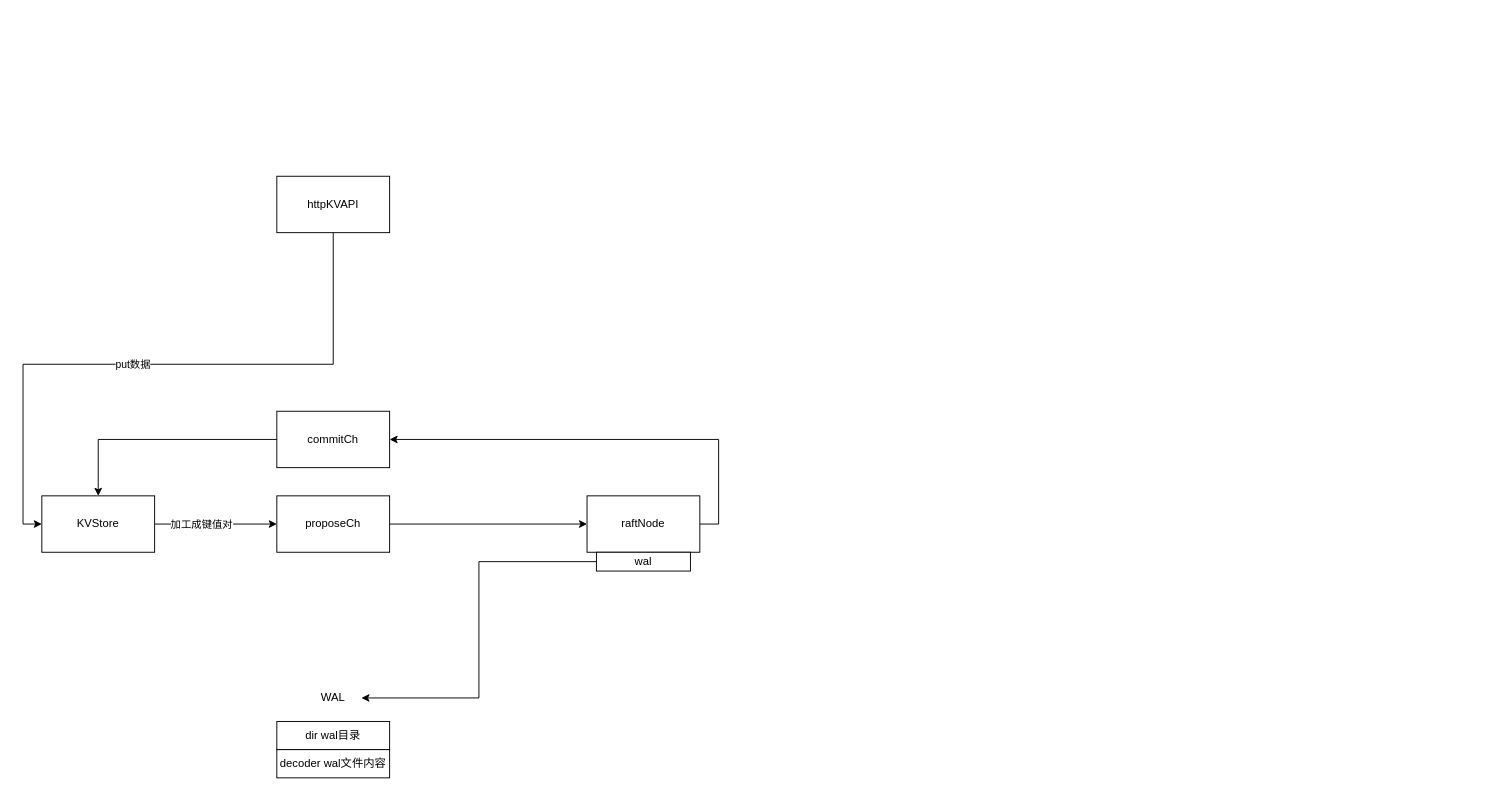
The draw.io diagram my_docs/etcd/raftexample.drawio in Bannirui/Bannirui.github.io, before the edit. Source tidied: cells renumbered, new cells numbered last; positions are measured from the earlier drawing's top-left corner, leaving out a move shared by most shapes. Both pictures are drawn from the tidied source at 94%, with x=0, y=0 at pixel (41, 176).
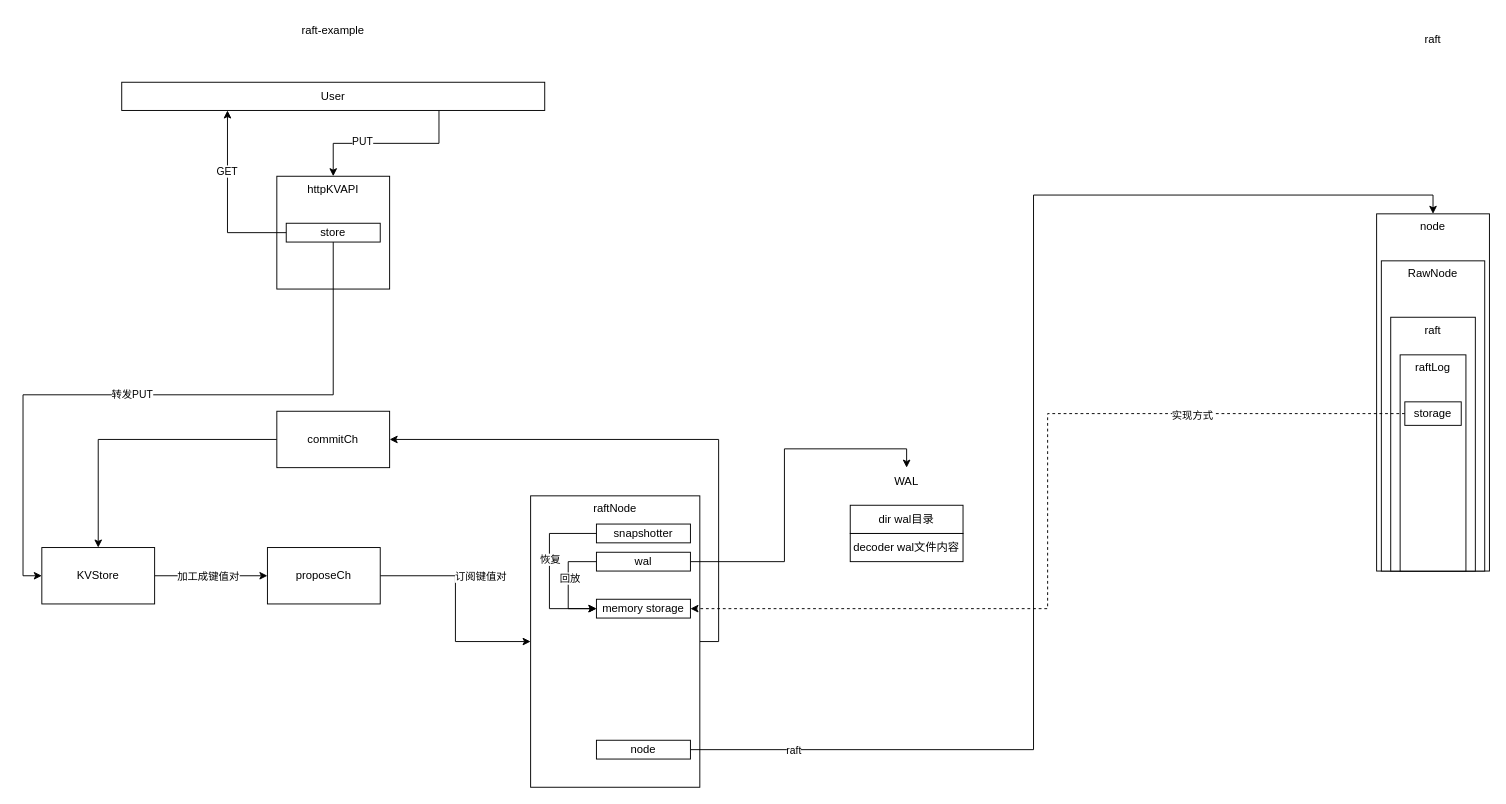
The same page after the edit.

Commit message (it also covers changes not shown here):
etcd 只有Leader节点才有资格处理客户端写请求

The change refers to these unchanged cells:
```xml
<mxCell id="2" style="edgeStyle=orthogonalEdgeStyle;rounded=0;jettySize=auto;html=1;exitX=1;exitY=0.5;exitDx=0;exitDy=0;entryX=0;entryY=0.5;entryDx=0;entryDy=0;" parent="1" edge="1" source="4" target="11">
  <mxGeometry relative="1" as="geometry" />
</mxCell>
<mxCell id="10" style="edgeStyle=orthogonalEdgeStyle;rounded=0;jettySize=auto;html=1;exitX=1;exitY=0.5;exitDx=0;exitDy=0;" parent="1" edge="1" source="11" target="6">
  <mxGeometry relative="1" as="geometry" />
</mxCell>
<mxCell id="18" value="wal" style="rounded=0;whiteSpace=wrap;html=1;" parent="1" vertex="1">
  <mxGeometry x="590" y="400" width="100" height="20" as="geometry" />
</mxCell>
```

Diff of the diagram source:
```diff
@@
     <mxCell id="3" value="加工成键值对" style="edgeLabel;html=1;align=center;verticalAlign=middle;" parent="2" vertex="1">
-      <mxGeometry x="-0.25" relative="1" as="geometry" />
+      <mxGeometry x="-0.25" relative="1" as="geometry">
+        <mxPoint x="11" as="offset" />
+      </mxGeometry>
     </mxCell>
     <mxCell id="4" value="KVStore" style="rounded=0;whiteSpace=wrap;html=1;" parent="1" vertex="1">
-      <mxGeometry y="340" width="120" height="60" as="geometry" />
+      <mxGeometry y="395" width="120" height="60" as="geometry" />
     </mxCell>
@@
-    <mxCell id="6" value="raftNode" style="rounded=0;whiteSpace=wrap;html=1;" parent="1" vertex="1">
-      <mxGeometry x="580" y="340" width="120" height="60" as="geometry" />
+    <mxCell id="6" value="raftNode" style="rounded=0;whiteSpace=wrap;html=1;verticalAlign=top;" parent="1" vertex="1">
+      <mxGeometry x="520" y="340" width="180" height="310" as="geometry" />
     </mxCell>
-    <mxCell id="7" style="edgeStyle=orthogonalEdgeStyle;rounded=0;jettySize=auto;html=1;exitX=0.5;exitY=1;exitDx=0;exitDy=0;entryX=0;entryY=0.5;entryDx=0;entryDy=0;" parent="1" edge="1" source="9" target="4">
-      <mxGeometry relative="1" as="geometry" />
-    </mxCell>
-    <mxCell id="8" value="put数据" style="edgeLabel;html=1;align=center;verticalAlign=middle;" parent="7" vertex="1">
-      <mxGeometry x="0.07" y="-1" relative="1" as="geometry" />
-    </mxCell>
-    <mxCell id="9" value="httpKVAPI" style="rounded=0;whiteSpace=wrap;html=1;" parent="1" vertex="1">
-      <mxGeometry x="250" width="120" height="60" as="geometry" />
+    <mxCell id="9" value="httpKVAPI" style="rounded=0;whiteSpace=wrap;html=1;align=center;labelPosition=center;verticalLabelPosition=middle;verticalAlign=top;" parent="1" vertex="1">
+      <mxGeometry x="250" width="120" height="120" as="geometry" />
     </mxCell>
@@
+    <mxCell id="19" value="订阅键值对" style="edgeLabel;html=1;align=center;verticalAlign=middle;" parent="10" vertex="1">
+      <mxGeometry x="-0.4" y="-1" relative="1" as="geometry">
+        <mxPoint x="37" y="-1" as="offset" />
+      </mxGeometry>
+    </mxCell>
     <mxCell id="11" value="proposeCh" style="rounded=0;whiteSpace=wrap;html=1;" parent="1" vertex="1">
-      <mxGeometry x="250" y="340" width="120" height="60" as="geometry" />
+      <mxGeometry x="240" y="395" width="120" height="60" as="geometry" />
     </mxCell>
@@
     <mxCell id="14" value="dir wal目录" style="rounded=0;whiteSpace=wrap;html=1;" parent="1" vertex="1">
-      <mxGeometry x="250" y="580" width="120" height="30" as="geometry" />
+      <mxGeometry x="860" y="350" width="120" height="30" as="geometry" />
     </mxCell>
     <mxCell id="15" value="WAL" style="text;html=1;align=center;verticalAlign=middle;whiteSpace=wrap;rounded=0;" parent="1" vertex="1">
-      <mxGeometry x="280" y="540" width="60" height="30" as="geometry" />
+      <mxGeometry x="890" y="310" width="60" height="30" as="geometry" />
     </mxCell>
     <mxCell id="16" value="decoder wal文件内容" style="rounded=0;whiteSpace=wrap;html=1;" parent="1" vertex="1">
-      <mxGeometry x="250" y="610" width="120" height="30" as="geometry" />
+      <mxGeometry x="860" y="380" width="120" height="30" as="geometry" />
     </mxCell>
-    <mxCell id="17" style="edgeStyle=orthogonalEdgeStyle;rounded=0;jettySize=auto;html=1;exitX=0;exitY=0.5;exitDx=0;exitDy=0;entryX=1;entryY=0.5;entryDx=0;entryDy=0;" parent="1" edge="1" source="18" target="15">
+    <mxCell id="17" style="edgeStyle=orthogonalEdgeStyle;rounded=0;jettySize=auto;html=1;exitX=1;exitY=0.5;exitDx=0;exitDy=0;entryX=0.5;entryY=0;entryDx=0;entryDy=0;" parent="1" edge="1" source="18" target="15">
       <mxGeometry relative="1" as="geometry" />
     </mxCell>
+    <mxCell id="20" style="edgeStyle=orthogonalEdgeStyle;rounded=0;jettySize=auto;html=1;exitX=0;exitY=0.5;exitDx=0;exitDy=0;entryX=0;entryY=0.5;entryDx=0;entryDy=0;" parent="1" edge="1" source="18" target="35">
+      <mxGeometry relative="1" as="geometry">
+        <Array as="points">
+          <mxPoint x="560" y="410" />
+          <mxPoint x="560" y="460" />
+        </Array>
+      </mxGeometry>
+    </mxCell>
+    <mxCell id="21" value="回放" style="edgeLabel;html=1;align=center;verticalAlign=middle;" parent="20" vertex="1">
+      <mxGeometry x="-0.14" y="1" relative="1" as="geometry" />
+    </mxCell>
@@
+    <mxCell id="22" style="edgeStyle=orthogonalEdgeStyle;rounded=0;jettySize=auto;html=1;exitX=0.5;exitY=1;exitDx=0;exitDy=0;entryX=0;entryY=0.5;entryDx=0;entryDy=0;" parent="1" edge="1" source="24" target="4">
+      <mxGeometry relative="1" as="geometry" />
+    </mxCell>
+    <mxCell id="23" value="转发PUT" style="edgeLabel;html=1;align=center;verticalAlign=middle;" parent="22" vertex="1">
+      <mxGeometry x="0.07" y="-1" relative="1" as="geometry" />
+    </mxCell>
+    <mxCell id="24" value="store" style="rounded=0;whiteSpace=wrap;html=1;" parent="1" vertex="1">
+      <mxGeometry x="260" y="50" width="100" height="20" as="geometry" />
+    </mxCell>
+    <mxCell id="25" style="edgeStyle=orthogonalEdgeStyle;rounded=0;jettySize=auto;html=1;exitX=0.75;exitY=1;exitDx=0;exitDy=0;entryX=0.5;entryY=0;entryDx=0;entryDy=0;" parent="1" edge="1" source="27" target="9">
+      <mxGeometry relative="1" as="geometry" />
+    </mxCell>
+    <mxCell id="26" value="PUT" style="edgeLabel;html=1;align=center;verticalAlign=middle;" parent="25" vertex="1">
+      <mxGeometry x="0.29" y="-3" relative="1" as="geometry">
+        <mxPoint x="1" as="offset" />
+      </mxGeometry>
+    </mxCell>
+    <mxCell id="27" value="User" style="rounded=0;whiteSpace=wrap;html=1;" parent="1" vertex="1">
+      <mxGeometry x="85" y="-100" width="450" height="30" as="geometry" />
+    </mxCell>
+    <mxCell id="28" style="edgeStyle=orthogonalEdgeStyle;rounded=0;jettySize=auto;html=1;exitX=0;exitY=0.5;exitDx=0;exitDy=0;entryX=0.25;entryY=1;entryDx=0;entryDy=0;" parent="1" edge="1" source="24" target="27">
+      <mxGeometry relative="1" as="geometry" />
+    </mxCell>
+    <mxCell id="29" value="GET" style="edgeLabel;html=1;align=center;verticalAlign=middle;" parent="28" vertex="1">
+      <mxGeometry x="0.34" y="1" relative="1" as="geometry">
+        <mxPoint y="1" as="offset" />
+      </mxGeometry>
+    </mxCell>
+    <mxCell id="30" value="node" style="rounded=0;whiteSpace=wrap;html=1;verticalAlign=top;" parent="1" vertex="1">
+      <mxGeometry x="1420" y="40" width="120" height="380" as="geometry" />
+    </mxCell>
+    <mxCell id="31" value="raft-example" style="text;html=1;align=center;verticalAlign=middle;whiteSpace=wrap;rounded=0;" parent="1" vertex="1">
+      <mxGeometry x="240" y="-170" width="140" height="30" as="geometry" />
+    </mxCell>
+    <mxCell id="32" value="raft" style="text;html=1;align=center;verticalAlign=middle;whiteSpace=wrap;rounded=0;" parent="1" vertex="1">
+      <mxGeometry x="1450" y="-160" width="60" height="30" as="geometry" />
+    </mxCell>
+    <mxCell id="33" value="RawNode" style="rounded=0;whiteSpace=wrap;html=1;verticalAlign=top;" parent="1" vertex="1">
+      <mxGeometry x="1425" y="90" width="110" height="330" as="geometry" />
+    </mxCell>
+    <mxCell id="34" value="raft" style="rounded=0;whiteSpace=wrap;html=1;verticalAlign=top;" parent="1" vertex="1">
+      <mxGeometry x="1435" y="150" width="90" height="270" as="geometry" />
+    </mxCell>
+    <mxCell id="35" value="memory storage" style="rounded=0;whiteSpace=wrap;html=1;" parent="1" vertex="1">
+      <mxGeometry x="590" y="450" width="100" height="20" as="geometry" />
+    </mxCell>
+    <mxCell id="36" style="edgeStyle=orthogonalEdgeStyle;rounded=0;jettySize=auto;html=1;exitX=0;exitY=0.5;exitDx=0;exitDy=0;entryX=0;entryY=0.5;entryDx=0;entryDy=0;" parent="1" edge="1" source="38" target="35">
+      <mxGeometry relative="1" as="geometry">
+        <Array as="points">
+          <mxPoint x="540" y="380" />
+          <mxPoint x="540" y="460" />
+        </Array>
+      </mxGeometry>
+    </mxCell>
+    <mxCell id="37" value="恢复" style="edgeLabel;html=1;align=center;verticalAlign=middle;" parent="36" vertex="1">
+      <mxGeometry x="-0.15" relative="1" as="geometry" />
+    </mxCell>
+    <mxCell id="38" value="snapshotter" style="rounded=0;whiteSpace=wrap;html=1;" parent="1" vertex="1">
+      <mxGeometry x="590" y="370" width="100" height="20" as="geometry" />
+    </mxCell>
+    <mxCell id="39" style="edgeStyle=orthogonalEdgeStyle;rounded=0;jettySize=auto;html=1;exitX=1;exitY=0.5;exitDx=0;exitDy=0;entryX=0.5;entryY=0;entryDx=0;entryDy=0;" parent="1" edge="1" source="41" target="30">
+      <mxGeometry relative="1" as="geometry" />
+    </mxCell>
+    <mxCell id="40" value="raft" style="edgeLabel;html=1;align=center;verticalAlign=middle;" parent="39" vertex="1">
+      <mxGeometry x="-0.8" y="-1" relative="1" as="geometry">
+        <mxPoint x="-31" y="-1" as="offset" />
+      </mxGeometry>
+    </mxCell>
+    <mxCell id="41" value="node" style="rounded=0;whiteSpace=wrap;html=1;" parent="1" vertex="1">
+      <mxGeometry x="590" y="600" width="100" height="20" as="geometry" />
+    </mxCell>
+    <mxCell id="42" value="raftLog" style="rounded=0;whiteSpace=wrap;html=1;verticalAlign=top;" parent="1" vertex="1">
+      <mxGeometry x="1445" y="190" width="70" height="230" as="geometry" />
+    </mxCell>
+    <mxCell id="43" style="edgeStyle=orthogonalEdgeStyle;rounded=0;jettySize=auto;html=1;exitX=0;exitY=0.5;exitDx=0;exitDy=0;entryX=1;entryY=0.5;entryDx=0;entryDy=0;dashed=1;" parent="1" edge="1" source="45" target="35">
+      <mxGeometry relative="1" as="geometry" />
+    </mxCell>
+    <mxCell id="44" value="实现方式" style="edgeLabel;html=1;align=center;verticalAlign=middle;" parent="43" vertex="1">
+      <mxGeometry x="-0.53" y="2" relative="1" as="geometry" />
+    </mxCell>
+    <mxCell id="45" value="storage" style="rounded=0;whiteSpace=wrap;html=1;" parent="1" vertex="1">
+      <mxGeometry x="1450" y="240" width="60" height="25" as="geometry" />
+    </mxCell>
```
